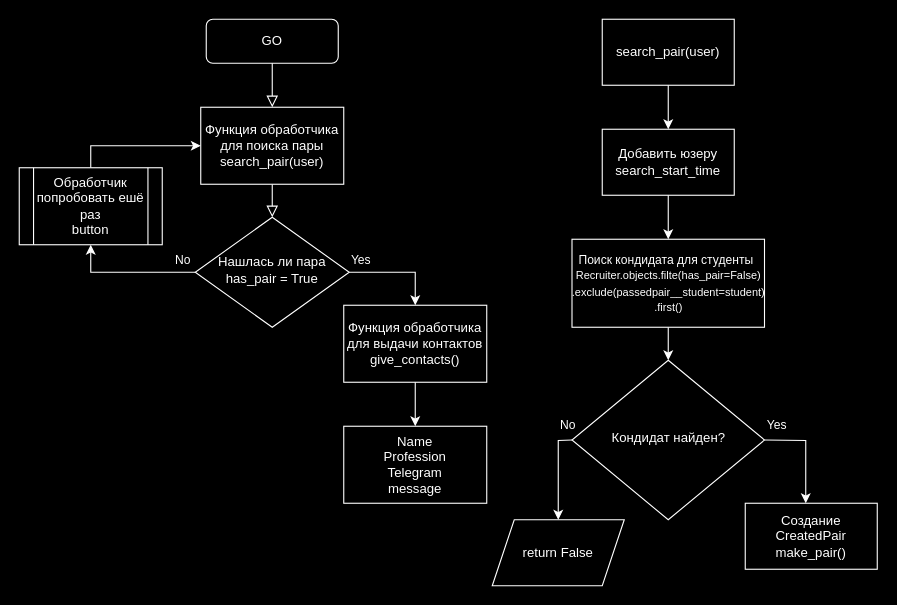
Before: docs/flowchart_search_pair.drawio in Studio-Yandex-Practicum/RandomCoffeeBotTelegram, a draw.io diagram. Source tidied: cells renumbered, new cells numbered last; positions are measured from the earlier drawing's top-left corner, leaving out a move shared by most shapes. Both pictures are drawn from the tidied source at 110%, with x=0, y=0 at pixel (19, 19).
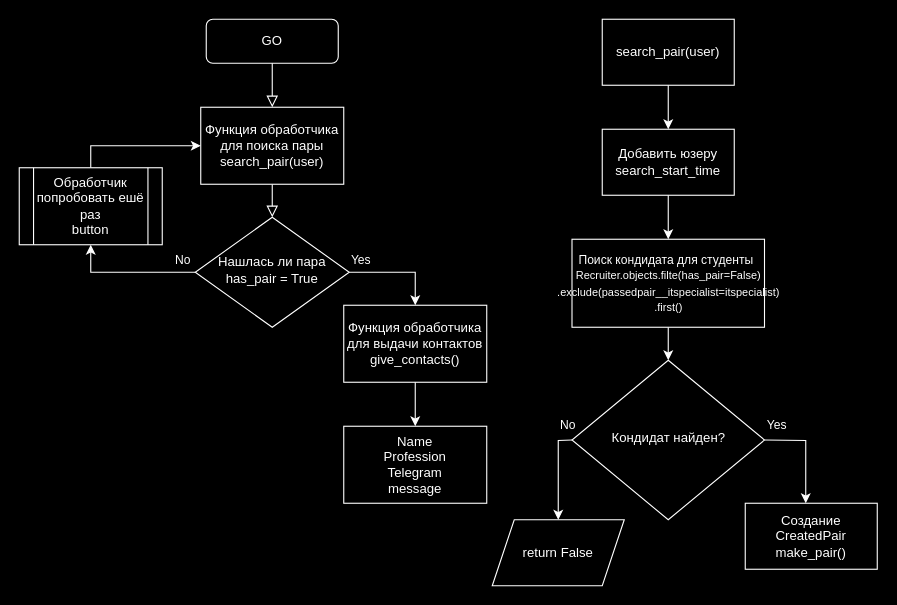
Above is the later version.

What changed in the source:
```diff
@@
-    <mxCell id="27" value="&lt;font style=&quot;font-size: 10px;&quot;&gt;&lt;font style=&quot;font-size: 11px;&quot;&gt;Поиск кондидата для студенты&lt;/font&gt;&lt;span style=&quot;font-size: 8px;&quot;&gt;&amp;nbsp;&amp;nbsp;&lt;/span&gt;&lt;br&gt;&lt;span style=&quot;&quot;&gt;Recruiter.objects.filte(has_pair=False)&lt;br&gt;.exclude&lt;/span&gt;&lt;span style=&quot;&quot;&gt;(passedpair__student=student)&lt;br&gt;.first()&lt;/span&gt;&lt;/font&gt;" style="rounded=0;whiteSpace=wrap;html=1;fillColor=#000000;strokeColor=#FFFFFF;fontColor=#FFFFFF;" parent="1" vertex="1">
+    <mxCell id="27" value="&lt;font style=&quot;font-size: 10px;&quot;&gt;&lt;font style=&quot;font-size: 11px;&quot;&gt;Поиск кондидата для студенты&lt;/font&gt;&lt;span style=&quot;font-size: 8px;&quot;&gt;&amp;nbsp;&amp;nbsp;&lt;/span&gt;&lt;br&gt;&lt;span style=&quot;&quot;&gt;Recruiter.objects.filte(has_pair=False)&lt;br&gt;.exclude&lt;/span&gt;&lt;span style=&quot;&quot;&gt;(passedpair__itspecialist=itspecialist)&lt;br&gt;.first()&lt;/span&gt;&lt;/font&gt;" style="rounded=0;whiteSpace=wrap;html=1;fillColor=#000000;strokeColor=#FFFFFF;fontColor=#FFFFFF;" parent="1" vertex="1">
       <mxGeometry x="502.5" y="200" width="175" height="80" as="geometry" />
     </mxCell>
```
